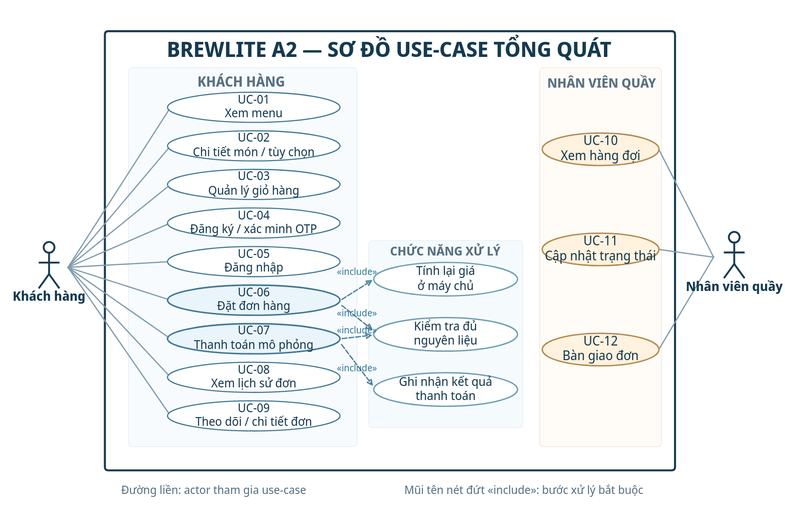
This is docs/diagrams/use-case-overview.svg from letan01012006/brewlite-a2, a PlantUML export, as it was before one commit. Its source is kept beside it as docs/diagrams/use-case-overview.puml. Its diagram source:
```plantuml
@startuml BrewLite_A2_UseCase_Overview
left to right direction
skinparam backgroundColor white
skinparam shadowing false
skinparam packageStyle rectangle
skinparam actorStyle stickman
skinparam usecase {
  BackgroundColor #F8FBFE
  BorderColor #417893
}
title BrewLite A2 - So do use-case tong quat (MVP)
actor "Khách hàng" as Customer
actor "Nhân viên quầy" as Barista
rectangle "BrewLite - phạm vi MVP" {
  usecase "UC-01\nXem menu" as UC01
  usecase "UC-02\nXem chi tiết / chọn size, topping" as UC02
  usecase "UC-03\nQuản lý giỏ hàng" as UC03
  usecase "UC-04\nĐăng ký và xác minh OTP" as UC04
  usecase "UC-05\nĐăng nhập" as UC05
  usecase "UC-06\nĐặt đơn hàng" as UC06
  usecase "UC-07\nThanh toán Ví/Thẻ mô phỏng" as UC07
  usecase "UC-08\nXem lịch sử đơn hàng" as UC08
  usecase "UC-09\nTheo dõi / xem chi tiết đơn" as UC09
  usecase "UC-10\nXem hàng đợi" as UC10
  usecase "UC-11\nCập nhật trạng thái" as UC11
  usecase "UC-12\nBàn giao đơn" as UC12
  usecase "Tính lại giá ở máy chủ" as PRICE
  usecase "Kiểm tra đủ nguyên liệu" as STOCK
  usecase "Ghi nhận kết quả thanh toán" as RESULT
}
Customer -- UC01
Customer -- UC02
Customer -- UC03
Customer -- UC04
Customer -- UC05
Customer -- UC06
Customer -- UC07
Customer -- UC08
Customer -- UC09
Barista -- UC10
Barista -- UC11
Barista -- UC12
UC06 ..> PRICE : <<include>>
UC06 ..> STOCK : <<include>>
UC07 ..> STOCK : <<include>>
UC07 ..> RESULT : <<include>>
@enduml
```
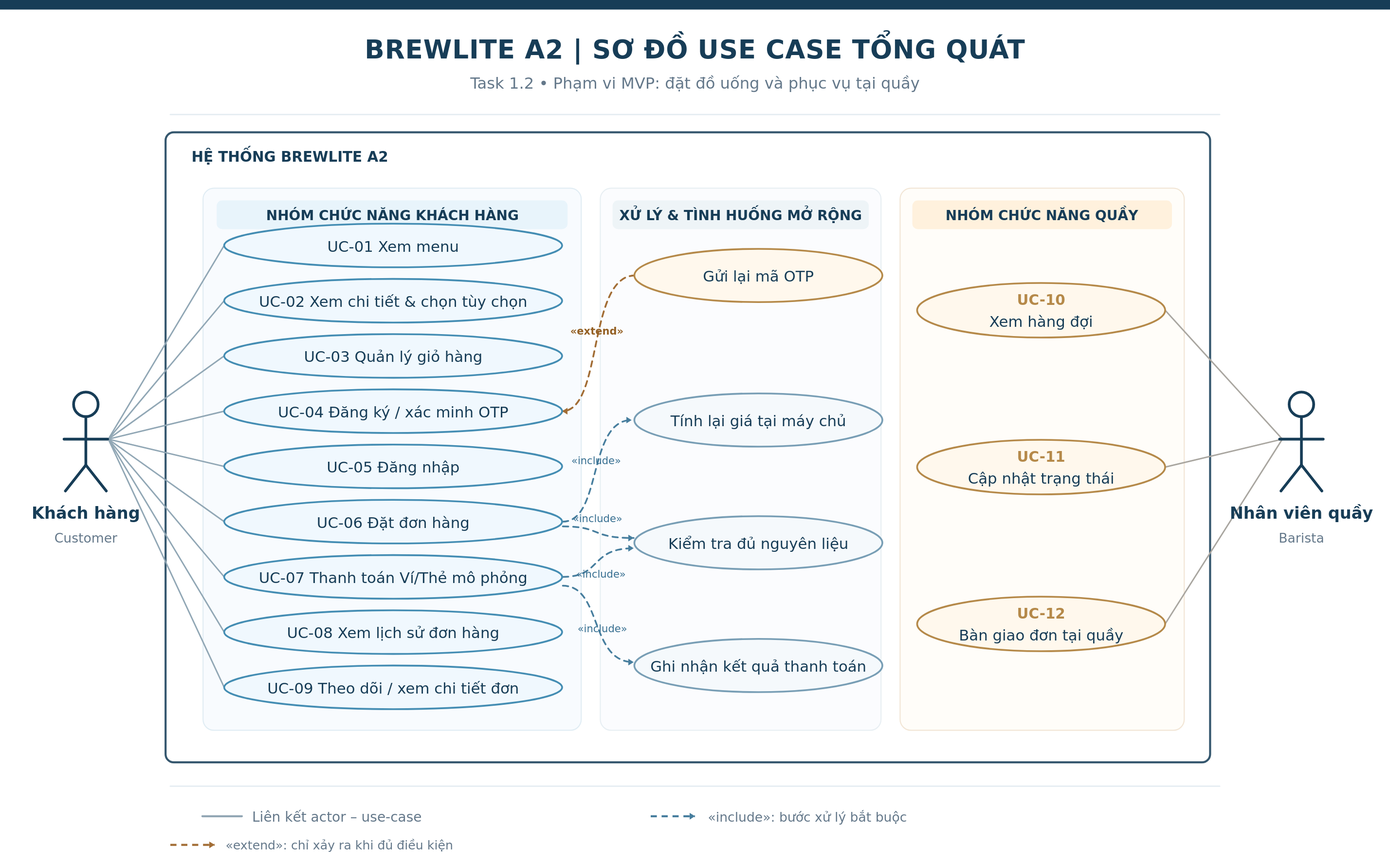
The same diagram one commit later.

Commit message:
docs: finalize Task 1.2 use case diagram

The edit, as a diff of the source:
```diff
@@ -1,32 +1,34 @@
-@startuml BrewLite_A2_UseCase_Overview
+@startuml BrewLite_A2_Use_Case_Overview
 left to right direction
+skinparam shadowing false
 skinparam backgroundColor white
-skinparam shadowing false
+skinparam defaultFontName "DejaVu Sans"
+skinparam actorStyle stickman
 skinparam packageStyle rectangle
-skinparam actorStyle stickman
 skinparam usecase {
-  BackgroundColor #F8FBFE
-  BorderColor #417893
+ BackgroundColor #F0F8FE
+ BorderColor #448DB3
+ FontColor #173D57
 }
-title BrewLite A2 - So do use-case tong quat (MVP)
-actor "Khách hàng" as Customer
-actor "Nhân viên quầy" as Barista
-rectangle "BrewLite - phạm vi MVP" {
-  usecase "UC-01\nXem menu" as UC01
-  usecase "UC-02\nXem chi tiết / chọn size, topping" as UC02
-  usecase "UC-03\nQuản lý giỏ hàng" as UC03
-  usecase "UC-04\nĐăng ký và xác minh OTP" as UC04
-  usecase "UC-05\nĐăng nhập" as UC05
-  usecase "UC-06\nĐặt đơn hàng" as UC06
-  usecase "UC-07\nThanh toán Ví/Thẻ mô phỏng" as UC07
-  usecase "UC-08\nXem lịch sử đơn hàng" as UC08
-  usecase "UC-09\nTheo dõi / xem chi tiết đơn" as UC09
-  usecase "UC-10\nXem hàng đợi" as UC10
-  usecase "UC-11\nCập nhật trạng thái" as UC11
-  usecase "UC-12\nBàn giao đơn" as UC12
-  usecase "Tính lại giá ở máy chủ" as PRICE
+actor "Khách hàng\n(Customer)" as Customer
+actor "Nhân viên quầy\n(Barista)" as Barista
+rectangle "HỆ THỐNG BREWLITE A2 — MVP" {
+  usecase "UC-01: Xem menu" as UC01
+  usecase "UC-02: Xem chi tiết và chọn tùy chọn" as UC02
+  usecase "UC-03: Quản lý giỏ hàng" as UC03
+  usecase "UC-04: Đăng ký và xác minh OTP" as UC04
+  usecase "UC-05: Đăng nhập" as UC05
+  usecase "UC-06: Đặt đơn hàng" as UC06
+  usecase "UC-07: Thanh toán Ví/Thẻ mô phỏng" as UC07
+  usecase "UC-08: Xem lịch sử đơn hàng" as UC08
+  usecase "UC-09: Theo dõi / xem chi tiết đơn" as UC09
+  usecase "UC-10: Xem hàng đợi" as UC10
+  usecase "UC-11: Cập nhật trạng thái" as UC11
+  usecase "UC-12: Bàn giao đơn tại quầy" as UC12
+  usecase "Tính lại giá tại máy chủ" as PRICE
   usecase "Kiểm tra đủ nguyên liệu" as STOCK
-  usecase "Ghi nhận kết quả thanh toán" as RESULT
+  usecase "Ghi nhận kết quả thanh toán" as PAYMENT_RESULT
+  usecase "Gửi lại mã OTP" as RESEND
 }
 Customer -- UC01
 Customer -- UC02
@@ -43,5 +45,6 @@
 UC06 ..> PRICE : <<include>>
 UC06 ..> STOCK : <<include>>
 UC07 ..> STOCK : <<include>>
-UC07 ..> RESULT : <<include>>
+UC07 ..> PAYMENT_RESULT : <<include>>
+RESEND ..> UC04 : <<extend>>
 @enduml
```
